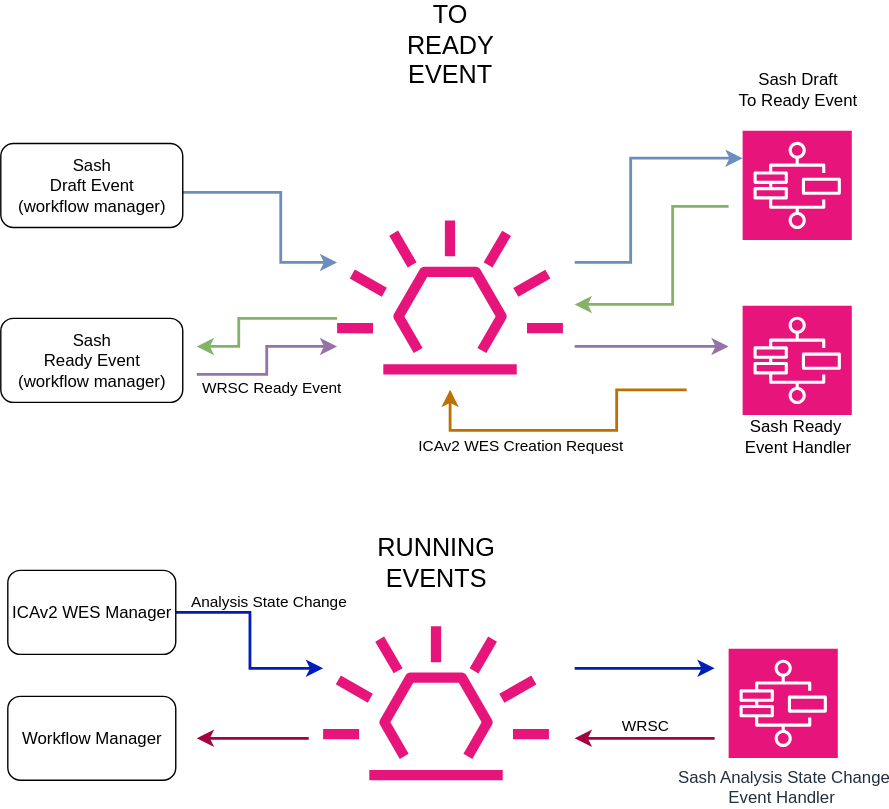
Earlier version of the draw.io export docs/draw-io-exports/sash-pipeline.drawio.svg (OrcaBus/service-sash-pipeline-manager). Source tidied: cells renumbered, new cells last; positions are measured from the earlier drawing's top-left corner, leaving out a move shared by most shapes.
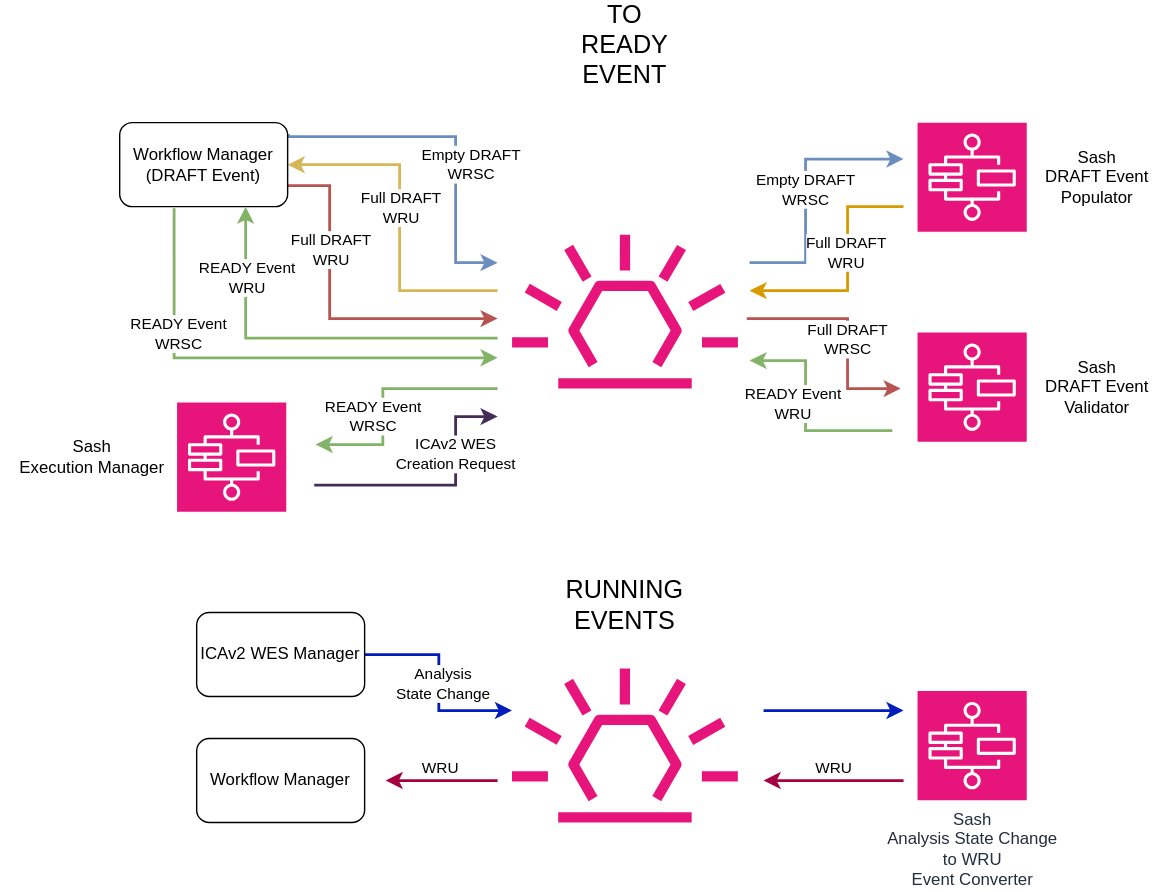
After the commit.

Commit message:
Refactor docs to extract SOP/example on manual pipeline execution (#27)

Diff of the diagram source:
```diff
@@ -2,29 +2,6 @@
   <root>
     <mxCell id="0" />
     <mxCell id="1" parent="0" />
-    <mxCell id="2" style="edgeStyle=orthogonalEdgeStyle;rounded=0;jettySize=auto;html=1;fillColor=#dae8fc;strokeColor=#6c8ebf;strokeWidth=2;" parent="1" edge="1" source="3" target="4">
-      <mxGeometry relative="1" as="geometry">
-        <Array as="points">
-          <mxPoint x="200" y="120" />
-          <mxPoint x="200" y="170" />
-        </Array>
-      </mxGeometry>
-    </mxCell>
-    <mxCell id="3" value="Sash&lt;div&gt;Draft Event&lt;br&gt;(workflow manager)&lt;/div&gt;" style="rounded=1;whiteSpace=wrap;html=1;" parent="1" vertex="1">
-      <mxGeometry y="85" width="130" height="60" as="geometry" />
-    </mxCell>
-    <mxCell id="4" style="sketch=0;outlineConnect=0;fontColor=#232F3E;gradientColor=none;fillColor=#E7157B;strokeColor=none;dashed=0;verticalLabelPosition=bottom;verticalAlign=top;align=center;html=1;fontSize=12;fontStyle=0;shape=mxgraph.aws4.eventbridge_default_event_bus_resource;" parent="1" vertex="1">
-      <mxGeometry x="240" y="140" width="161.9" height="110" as="geometry" />
-    </mxCell>
-    <mxCell id="5" value="Sash&lt;div&gt;Ready Event&lt;br&gt;(workflow manager)&lt;/div&gt;" style="rounded=1;whiteSpace=wrap;html=1;" parent="1" vertex="1">
-      <mxGeometry y="210" width="130" height="60" as="geometry" />
-    </mxCell>
-    <mxCell id="6" style="sketch=0;points=[[0,0,0],[0.25,0,0],[0.5,0,0],[0.75,0,0],[1,0,0],[0,1,0],[0.25,1,0],[0.5,1,0],[0.75,1,0],[1,1,0],[0,0.25,0],[0,0.5,0],[0,0.75,0],[1,0.25,0],[1,0.5,0],[1,0.75,0]];outlineConnect=0;fontColor=#232F3E;fillColor=#E7157B;strokeColor=#ffffff;dashed=0;verticalLabelPosition=bottom;verticalAlign=top;align=center;html=1;fontSize=12;fontStyle=0;shape=mxgraph.aws4.resourceIcon;resIcon=mxgraph.aws4.step_functions;" parent="1" vertex="1">
-      <mxGeometry x="530" y="76" width="78" height="78" as="geometry" />
-    </mxCell>
-    <mxCell id="7" style="sketch=0;fontColor=#232F3E;fillColor=#E7157B;strokeColor=#ffffff;dashed=0;verticalLabelPosition=bottom;verticalAlign=top;align=center;html=1;fontSize=12;fontStyle=0;shape=mxgraph.aws4.resourceIcon;resIcon=mxgraph.aws4.step_functions;" parent="1" vertex="1">
-      <mxGeometry x="530" y="201" width="78" height="78" as="geometry" />
-    </mxCell>
     <mxCell id="8" style="edgeStyle=orthogonalEdgeStyle;rounded=0;jettySize=auto;html=1;fillColor=#0050ef;strokeColor=#001DBC;strokeWidth=2;" parent="1" edge="1" source="10" target="11">
       <mxGeometry relative="1" as="geometry">
         <Array as="points">
@@ -33,9 +10,9 @@
         </Array>
       </mxGeometry>
     </mxCell>
-    <mxCell id="9" value="Analysis State Change" style="edgeLabel;html=1;align=center;verticalAlign=middle;" parent="8" vertex="1">
+    <mxCell id="9" value="Analysis&lt;br&gt;State Change" style="edgeLabel;html=1;align=center;verticalAlign=middle;" parent="8" vertex="1">
       <mxGeometry x="-0.3" y="9" relative="1" as="geometry">
-        <mxPoint x="14" as="offset" />
+        <mxPoint x="4" y="29" as="offset" />
       </mxGeometry>
     </mxCell>
     <mxCell id="10" value="ICAv2 WES Manager" style="rounded=1;whiteSpace=wrap;html=1;" parent="1" vertex="1">
@@ -44,73 +21,14 @@
     <mxCell id="11" style="sketch=0;outlineConnect=0;fontColor=#232F3E;gradientColor=none;fillColor=#E7157B;strokeColor=none;dashed=0;verticalLabelPosition=bottom;verticalAlign=top;align=center;html=1;fontSize=12;fontStyle=0;shape=mxgraph.aws4.eventbridge_default_event_bus_resource;" parent="1" vertex="1">
       <mxGeometry x="230" y="430" width="161.9" height="110" as="geometry" />
     </mxCell>
-    <mxCell id="12" value="Sash Analysis State Change&lt;div&gt;Event Handler&amp;nbsp;&lt;/div&gt;" style="sketch=0;fontColor=#232F3E;fillColor=#E7157B;strokeColor=#ffffff;dashed=0;verticalLabelPosition=bottom;verticalAlign=top;align=center;html=1;fontSize=12;fontStyle=0;shape=mxgraph.aws4.resourceIcon;resIcon=mxgraph.aws4.step_functions;" parent="1" vertex="1">
+    <mxCell id="12" value="Sash&lt;div&gt;Analysis State Change&lt;br&gt;to WRU&lt;br&gt;&lt;div&gt;Event Converter&amp;nbsp;&lt;/div&gt;&lt;/div&gt;" style="sketch=0;fontColor=#232F3E;fillColor=#E7157B;strokeColor=#ffffff;dashed=0;verticalLabelPosition=bottom;verticalAlign=top;align=center;html=1;fontSize=12;fontStyle=0;shape=mxgraph.aws4.resourceIcon;resIcon=mxgraph.aws4.step_functions;" parent="1" vertex="1">
       <mxGeometry x="520" y="446" width="78" height="78" as="geometry" />
     </mxCell>
     <mxCell id="13" value="Workflow Manager" style="rounded=1;whiteSpace=wrap;html=1;" parent="1" vertex="1">
       <mxGeometry x="5" y="480" width="120" height="60" as="geometry" />
     </mxCell>
-    <mxCell id="14" style="edgeStyle=orthogonalEdgeStyle;rounded=0;jettySize=auto;html=1;fillColor=#dae8fc;strokeColor=#6c8ebf;strokeWidth=2;entryX=0;entryY=0.25;entryDx=0;entryDy=0;entryPerimeter=0;" parent="1" edge="1" target="6">
-      <mxGeometry relative="1" as="geometry">
-        <mxPoint x="410" y="170" as="sourcePoint" />
-        <Array as="points">
-          <mxPoint x="450" y="170" />
-          <mxPoint x="450" y="96" />
-        </Array>
-      </mxGeometry>
-    </mxCell>
-    <mxCell id="15" style="edgeStyle=orthogonalEdgeStyle;rounded=0;orthogonalLoop=1;jettySize=auto;html=1;fillColor=#d5e8d4;strokeColor=#82b366;strokeWidth=2;" parent="1" edge="1">
-      <mxGeometry relative="1" as="geometry">
-        <mxPoint x="520" y="130" as="sourcePoint" />
-        <mxPoint x="410" y="200" as="targetPoint" />
-        <Array as="points">
-          <mxPoint x="480" y="130" />
-          <mxPoint x="480" y="200" />
-          <mxPoint x="410" y="200" />
-        </Array>
-      </mxGeometry>
-    </mxCell>
-    <mxCell id="16" style="edgeStyle=orthogonalEdgeStyle;rounded=0;jettySize=auto;html=1;fillColor=#d5e8d4;strokeColor=#82b366;strokeWidth=2;" parent="1" edge="1" source="4">
-      <mxGeometry relative="1" as="geometry">
-        <mxPoint x="140" y="230" as="targetPoint" />
-        <Array as="points">
-          <mxPoint x="170" y="210" />
-          <mxPoint x="170" y="230" />
-        </Array>
-      </mxGeometry>
-    </mxCell>
-    <mxCell id="17" style="edgeStyle=orthogonalEdgeStyle;rounded=0;jettySize=auto;html=1;fillColor=#e1d5e7;strokeColor=#9673a6;strokeWidth=2;" parent="1" edge="1" target="4">
-      <mxGeometry relative="1" as="geometry">
-        <mxPoint x="140" y="250" as="sourcePoint" />
-        <Array as="points">
-          <mxPoint x="190" y="250" />
-          <mxPoint x="190" y="230" />
-        </Array>
-      </mxGeometry>
-    </mxCell>
-    <mxCell id="18" value="WRSC Ready Event" style="edgeLabel;html=1;align=center;verticalAlign=middle;" parent="17" vertex="1">
-      <mxGeometry x="-0.17" y="-8" relative="1" as="geometry">
-        <mxPoint x="-6" y="8" as="offset" />
-      </mxGeometry>
-    </mxCell>
-    <mxCell id="19" style="edgeStyle=orthogonalEdgeStyle;rounded=0;orthogonalLoop=1;jettySize=auto;html=1;fillColor=#e1d5e7;strokeColor=#9673a6;strokeWidth=2;" parent="1" edge="1">
-      <mxGeometry relative="1" as="geometry">
-        <mxPoint x="410" y="230" as="sourcePoint" />
-        <mxPoint x="520" y="230" as="targetPoint" />
-        <Array as="points">
-          <mxPoint x="480" y="230" />
-          <mxPoint x="480" y="230" />
-        </Array>
-      </mxGeometry>
-    </mxCell>
-    <mxCell id="20" value="Sash Draft&lt;br&gt;To Ready Event" style="text;html=1;align=center;verticalAlign=middle;strokeColor=none;fillColor=none;" parent="1" vertex="1">
-      <mxGeometry x="514" y="26" width="110" height="40" as="geometry" />
-    </mxCell>
-    <mxCell id="21" value="Sash&amp;nbsp;&lt;span style=&quot;background-color: transparent; color: light-dark(rgb(0, 0, 0), rgb(255, 255, 255));&quot;&gt;Ready&amp;nbsp;&lt;/span&gt;&lt;div&gt;Event Handler&lt;/div&gt;" style="text;html=1;align=center;verticalAlign=middle;strokeColor=none;fillColor=none;" parent="1" vertex="1">
-      <mxGeometry x="519" y="274" width="100" height="40" as="geometry" />
-    </mxCell>
     <mxCell id="22" value="&lt;font style=&quot;font-size: 18px;&quot;&gt;TO READY EVENT&lt;/font&gt;" style="text;html=1;align=center;verticalAlign=middle;whiteSpace=wrap;rounded=0;" parent="1" vertex="1">
-      <mxGeometry x="291" width="60" height="30" as="geometry" />
+      <mxGeometry x="281" y="-30" width="60" height="30" as="geometry" />
     </mxCell>
     <mxCell id="23" value="&lt;span style=&quot;font-size: 18px;&quot;&gt;RUNNING EVENTS&lt;/span&gt;" style="text;html=1;align=center;verticalAlign=middle;whiteSpace=wrap;rounded=0;" parent="1" vertex="1">
       <mxGeometry x="280.9" y="370" width="60" height="30" as="geometry" />
@@ -143,24 +61,199 @@
         </Array>
       </mxGeometry>
     </mxCell>
-    <mxCell id="27" style="edgeStyle=orthogonalEdgeStyle;rounded=0;orthogonalLoop=1;jettySize=auto;html=1;fillColor=#f0a30a;strokeColor=#BD7000;strokeWidth=2;" parent="1" edge="1">
-      <mxGeometry relative="1" as="geometry">
-        <mxPoint x="490" y="261" as="sourcePoint" />
-        <mxPoint x="321" y="261" as="targetPoint" />
-        <Array as="points">
-          <mxPoint x="440" y="261" />
-          <mxPoint x="440" y="290" />
-          <mxPoint x="321" y="290" />
-        </Array>
-      </mxGeometry>
-    </mxCell>
+    <mxCell id="30" value="WRU" style="edgeLabel;html=1;align=center;verticalAlign=middle;" parent="26" vertex="1">
+      <mxGeometry x="0.05" relative="1" as="geometry">
+        <mxPoint y="-10" as="offset" />
+      </mxGeometry>
+    </mxCell>
+    <mxCell id="29" value="WRU" style="edgeLabel;html=1;align=center;verticalAlign=middle;" parent="1" vertex="1">
+      <mxGeometry x="459" y="500" as="geometry" />
+    </mxCell>
+    <mxCell id="31" style="edgeStyle=orthogonalEdgeStyle;rounded=0;jettySize=auto;html=1;fillColor=#dae8fc;strokeColor=#6c8ebf;strokeWidth=2;exitX=1.008;exitY=0.137;exitDx=0;exitDy=0;exitPerimeter=0;" parent="1" edge="1" source="54">
+      <mxGeometry relative="1" as="geometry">
+        <mxPoint x="220" y="140" as="targetPoint" />
+        <Array as="points">
+          <mxPoint x="70" y="50" />
+          <mxPoint x="190" y="50" />
+          <mxPoint x="190" y="140" />
+        </Array>
+      </mxGeometry>
+    </mxCell>
+    <mxCell id="32" value="Empty DRAFT&lt;br&gt;WRSC" style="edgeLabel;html=1;align=center;verticalAlign=middle;" parent="31" vertex="1">
+      <mxGeometry x="0.06" y="-5" relative="1" as="geometry">
+        <mxPoint x="15" y="14" as="offset" />
+      </mxGeometry>
+    </mxCell>
+    <mxCell id="33" style="edgeStyle=orthogonalEdgeStyle;rounded=0;jettySize=auto;html=1;fillColor=#f8cecc;strokeColor=#b85450;strokeWidth=2;exitX=1;exitY=0.75;exitDx=0;exitDy=0;" parent="1" edge="1" source="54">
+      <mxGeometry relative="1" as="geometry">
+        <mxPoint x="220" y="180" as="targetPoint" />
+        <Array as="points">
+          <mxPoint x="100" y="85" />
+          <mxPoint x="100" y="180" />
+        </Array>
+      </mxGeometry>
+    </mxCell>
+    <mxCell id="34" value="Full DRAFT&lt;br&gt;WRU" style="edgeLabel;html=1;align=center;verticalAlign=middle;" parent="33" vertex="1">
+      <mxGeometry x="-0.49" y="1" relative="1" as="geometry">
+        <mxPoint x="-1" y="12" as="offset" />
+      </mxGeometry>
+    </mxCell>
+    <mxCell id="35" style="sketch=0;fontColor=#232F3E;gradientColor=none;fillColor=#E7157B;strokeColor=none;dashed=0;verticalLabelPosition=bottom;verticalAlign=top;align=center;html=1;fontSize=12;fontStyle=0;shape=mxgraph.aws4.eventbridge_default_event_bus_resource;" parent="1" vertex="1">
+      <mxGeometry x="230.1" y="120" width="161.9" height="110" as="geometry" />
+    </mxCell>
+    <mxCell id="36" style="sketch=0;fontColor=#232F3E;fillColor=#E7157B;strokeColor=#ffffff;dashed=0;verticalLabelPosition=bottom;verticalAlign=top;align=center;html=1;fontSize=12;fontStyle=0;shape=mxgraph.aws4.resourceIcon;resIcon=mxgraph.aws4.step_functions;" parent="1" vertex="1">
+      <mxGeometry x="520" y="40" width="78" height="78" as="geometry" />
+    </mxCell>
+    <mxCell id="37" style="sketch=0;fontColor=#232F3E;fillColor=#E7157B;strokeColor=#ffffff;dashed=0;verticalLabelPosition=bottom;verticalAlign=top;align=center;html=1;fontSize=12;fontStyle=0;shape=mxgraph.aws4.resourceIcon;resIcon=mxgraph.aws4.step_functions;" parent="1" vertex="1">
+      <mxGeometry x="520" y="190" width="78" height="78" as="geometry" />
+    </mxCell>
+    <mxCell id="38" style="sketch=0;fontColor=#232F3E;fillColor=#E7157B;strokeColor=#ffffff;dashed=0;verticalLabelPosition=middle;verticalAlign=middle;align=center;html=1;fontSize=12;fontStyle=0;shape=mxgraph.aws4.resourceIcon;resIcon=mxgraph.aws4.step_functions;labelPosition=left;" parent="1" vertex="1">
+      <mxGeometry x="-9" y="240" width="78" height="78" as="geometry" />
+    </mxCell>
+    <mxCell id="39" style="edgeStyle=orthogonalEdgeStyle;rounded=0;orthogonalLoop=1;jettySize=auto;html=1;fillColor=#dae8fc;strokeColor=#6c8ebf;strokeWidth=2;" parent="1" edge="1">
+      <mxGeometry relative="1" as="geometry">
+        <mxPoint x="400" y="140" as="sourcePoint" />
+        <mxPoint x="510" y="66" as="targetPoint" />
+        <Array as="points">
+          <mxPoint x="440" y="140" />
+          <mxPoint x="440" y="66" />
+        </Array>
+      </mxGeometry>
+    </mxCell>
+    <mxCell id="40" value="Empty DRAFT&lt;br&gt;WRSC" style="edgeLabel;html=1;align=center;verticalAlign=middle;" parent="39" vertex="1">
+      <mxGeometry x="0.01" y="1" relative="1" as="geometry" />
+    </mxCell>
+    <mxCell id="41" style="edgeStyle=orthogonalEdgeStyle;rounded=0;orthogonalLoop=1;jettySize=auto;html=1;fillColor=#ffe6cc;strokeColor=#d79b00;strokeWidth=2;" parent="1" edge="1">
+      <mxGeometry relative="1" as="geometry">
+        <mxPoint x="510" y="100" as="sourcePoint" />
+        <mxPoint x="400" y="160" as="targetPoint" />
+        <Array as="points">
+          <mxPoint x="510" y="100" />
+          <mxPoint x="470" y="100" />
+          <mxPoint x="470" y="160" />
+        </Array>
+      </mxGeometry>
+    </mxCell>
+    <mxCell id="42" value="Full DRAFT&lt;br&gt;WRU" style="edgeLabel;html=1;align=center;verticalAlign=middle;" parent="41" vertex="1">
+      <mxGeometry x="-0.26" y="-2" relative="1" as="geometry">
+        <mxPoint y="9" as="offset" />
+      </mxGeometry>
+    </mxCell>
+    <mxCell id="43" style="edgeStyle=orthogonalEdgeStyle;rounded=0;jettySize=auto;html=1;fillColor=#fff2cc;strokeColor=#d6b656;strokeWidth=2;entryX=1;entryY=0.5;entryDx=0;entryDy=0;" parent="1" edge="1" target="54">
+      <mxGeometry relative="1" as="geometry">
+        <mxPoint x="220" y="160" as="sourcePoint" />
+        <Array as="points">
+          <mxPoint x="150" y="160" />
+          <mxPoint x="150" y="70" />
+        </Array>
+      </mxGeometry>
+    </mxCell>
+    <mxCell id="44" value="Full DRAFT&lt;br&gt;WRU" style="edgeLabel;html=1;align=center;verticalAlign=middle;" parent="43" vertex="1">
+      <mxGeometry x="-0.21" y="-2" relative="1" as="geometry">
+        <mxPoint x="-2" y="-36" as="offset" />
+      </mxGeometry>
+    </mxCell>
+    <mxCell id="45" style="edgeStyle=orthogonalEdgeStyle;rounded=0;orthogonalLoop=1;jettySize=auto;html=1;fillColor=#f8cecc;strokeColor=#b85450;strokeWidth=2;" parent="1" edge="1">
+      <mxGeometry relative="1" as="geometry">
+        <mxPoint x="398" y="180" as="sourcePoint" />
+        <mxPoint x="508" y="230" as="targetPoint" />
+        <Array as="points">
+          <mxPoint x="470" y="180" />
+          <mxPoint x="470" y="230" />
+          <mxPoint x="508" y="230" />
+        </Array>
+      </mxGeometry>
+    </mxCell>
+    <mxCell id="46" value="Full DRAFT&lt;br&gt;WRSC" style="edgeLabel;html=1;align=center;verticalAlign=middle;" parent="45" vertex="1">
+      <mxGeometry x="-0.11" y="-1" relative="1" as="geometry">
+        <mxPoint y="13" as="offset" />
+      </mxGeometry>
+    </mxCell>
+    <mxCell id="47" value="&lt;div&gt;&lt;font color=&quot;#000000&quot;&gt;Sash&lt;br&gt;&lt;/font&gt;DRAFT Event&lt;div&gt;Populator&lt;/div&gt;&lt;/div&gt;" style="text;html=1;align=center;verticalAlign=middle;strokeColor=none;fillColor=none;" parent="1" vertex="1">
+      <mxGeometry x="598" y="49" width="100" height="60" as="geometry" />
+    </mxCell>
+    <mxCell id="48" value="&lt;div&gt;&lt;div&gt;&lt;font color=&quot;#000000&quot;&gt;Sash&lt;br&gt;&lt;/font&gt;DRAFT Event&lt;/div&gt;&lt;div&gt;Validator&lt;/div&gt;&lt;/div&gt;" style="text;html=1;align=center;verticalAlign=middle;strokeColor=none;fillColor=none;" parent="1" vertex="1">
+      <mxGeometry x="598" y="199" width="100" height="60" as="geometry" />
+    </mxCell>
+    <mxCell id="49" style="edgeStyle=orthogonalEdgeStyle;rounded=0;orthogonalLoop=1;jettySize=auto;html=1;fillColor=#76608a;strokeColor=#432D57;strokeWidth=2;" parent="1" edge="1">
+      <mxGeometry relative="1" as="geometry">
+        <mxPoint x="90" y="300" as="sourcePoint" />
+        <mxPoint x="220" y="250" as="targetPoint" />
+        <Array as="points">
+          <mxPoint x="90" y="299" />
+          <mxPoint x="190" y="299" />
+          <mxPoint x="190" y="250" />
+        </Array>
+      </mxGeometry>
+    </mxCell>
-    <mxCell id="28" value="ICAv2 WES Creation Request" style="edgeLabel;html=1;align=center;verticalAlign=middle;" parent="27" vertex="1">
-      <mxGeometry x="0.09" y="-8" relative="1" as="geometry">
-        <mxPoint x="-25" y="18" as="offset" />
-      </mxGeometry>
+    <mxCell id="28" value="ICAv2 WES&lt;br&gt;Creation Request" style="edgeLabel;html=1;align=center;verticalAlign=middle;" parent="49" vertex="1">
+      <mxGeometry x="0.38" y="1" relative="1" as="geometry" />
     </mxCell>
-    <mxCell id="29" value="WRSC" style="edgeLabel;html=1;align=center;verticalAlign=middle;" parent="1" vertex="1">
-      <mxGeometry x="459" y="500" as="geometry" />
-    </mxCell>
+    <mxCell id="50" style="edgeStyle=orthogonalEdgeStyle;rounded=0;orthogonalLoop=1;jettySize=auto;html=1;fillColor=#d5e8d4;strokeColor=#82b366;strokeWidth=2;" parent="1" edge="1">
+      <mxGeometry relative="1" as="geometry">
+        <mxPoint x="500" y="260" as="sourcePoint" />
+        <mxPoint x="400" y="210" as="targetPoint" />
+        <Array as="points">
+          <mxPoint x="502" y="260" />
+          <mxPoint x="440" y="260" />
+          <mxPoint x="440" y="210" />
+        </Array>
+      </mxGeometry>
+    </mxCell>
+    <mxCell id="51" value="READY Event&lt;br&gt;WRU" style="edgeLabel;html=1;align=center;verticalAlign=middle;" parent="50" vertex="1">
+      <mxGeometry x="-0.11" y="-1" relative="1" as="geometry">
+        <mxPoint x="-11" y="-15" as="offset" />
+      </mxGeometry>
+    </mxCell>
+    <mxCell id="52" style="edgeStyle=orthogonalEdgeStyle;rounded=0;orthogonalLoop=1;jettySize=auto;html=1;fillColor=#d5e8d4;strokeColor=#82b366;strokeWidth=2;" parent="1" edge="1">
+      <mxGeometry relative="1" as="geometry">
+        <mxPoint x="220" y="230" as="sourcePoint" />
+        <mxPoint x="90" y="270" as="targetPoint" />
+        <Array as="points">
+          <mxPoint x="210" y="230" />
+          <mxPoint x="138" y="230" />
+          <mxPoint x="138" y="270" />
+        </Array>
+      </mxGeometry>
+    </mxCell>
+    <mxCell id="53" value="READY Event&lt;br&gt;WRSC" style="edgeLabel;html=1;align=center;verticalAlign=middle;" parent="52" vertex="1">
+      <mxGeometry x="-0.11" y="-1" relative="1" as="geometry">
+        <mxPoint x="-14" y="20" as="offset" />
+      </mxGeometry>
+    </mxCell>
+    <mxCell id="54" value="Workflow Manager&lt;br&gt;(DRAFT Event)" style="rounded=1;whiteSpace=wrap;html=1;" parent="1" vertex="1">
+      <mxGeometry x="-50" y="40" width="120" height="60" as="geometry" />
+    </mxCell>
+    <mxCell id="55" value="Sash&amp;nbsp;&lt;div&gt;Execution Manager&lt;/div&gt;" style="text;html=1;align=center;verticalAlign=middle;strokeColor=none;fillColor=none;" parent="1" vertex="1">
+      <mxGeometry x="-135" y="259" width="130" height="40" as="geometry" />
+    </mxCell>
+    <mxCell id="56" style="edgeStyle=orthogonalEdgeStyle;rounded=0;orthogonalLoop=1;jettySize=auto;html=1;fillColor=#d5e8d4;strokeColor=#82b366;strokeWidth=2;" parent="1" edge="1">
+      <mxGeometry relative="1" as="geometry">
+        <mxPoint x="220" y="194" as="sourcePoint" />
+        <mxPoint x="40" y="100" as="targetPoint" />
+        <Array as="points">
+          <mxPoint x="40" y="194" />
+          <mxPoint x="40" y="100" />
+        </Array>
+      </mxGeometry>
+    </mxCell>
+    <mxCell id="57" value="READY Event&lt;br&gt;WRU" style="edgeLabel;html=1;align=center;verticalAlign=middle;" parent="56" vertex="1">
+      <mxGeometry x="-0.11" y="-1" relative="1" as="geometry">
+        <mxPoint x="-58" y="-43" as="offset" />
+      </mxGeometry>
+    </mxCell>
+    <mxCell id="58" style="edgeStyle=orthogonalEdgeStyle;rounded=0;jettySize=auto;html=1;fillColor=#d5e8d4;strokeColor=#82b366;strokeWidth=2;entryX=0.324;entryY=1.019;entryDx=0;entryDy=0;entryPerimeter=0;startArrow=classic;startFill=1;endArrow=none;endFill=0;" parent="1" edge="1" target="54">
+      <mxGeometry relative="1" as="geometry">
+        <mxPoint x="220" y="208" as="sourcePoint" />
+        <Array as="points">
+          <mxPoint x="-11" y="208" />
+        </Array>
+      </mxGeometry>
+    </mxCell>
+    <mxCell id="59" value="READY Event&lt;br&gt;WRSC" style="edgeLabel;html=1;align=center;verticalAlign=middle;" parent="58" vertex="1">
+      <mxGeometry x="-0.11" y="-1" relative="1" as="geometry">
+        <mxPoint x="-78" y="-17" as="offset" />
+      </mxGeometry>
+    </mxCell>
   </root>
 </mxGraphModel>
```
